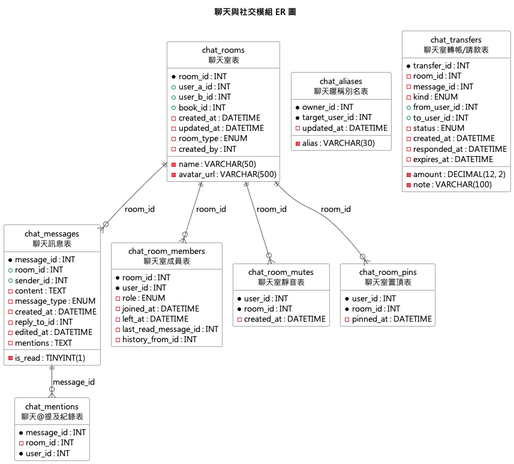
SaveMyBook/SaveMyBook keeps this PlantUML diagram as Diagrams/Relational Tables/v3/er_chat.png. Above is the earlier version. Source of this version:
```plantuml
@startuml
!pragma layout smetana
skinparam defaultFontName "Microsoft JhengHei"
skinparam defaultFontSize 13
skinparam linetype ortho
hide circle
hide empty methods
skinparam ranksep 60
skinparam nodesep 40
skinparam class {
  BackgroundColor White
  BorderColor #444444
  ArrowColor #555555
}

title 聊天與社交模組 ER 圖

entity "chat_rooms\n聊天室表" as chat_rooms {
  * room_id : INT
  + user_a_id : INT
  + user_b_id : INT
  + book_id : INT
  - created_at : DATETIME
  - updated_at : DATETIME
  - room_type : ENUM
  - name : VARCHAR(50)
  - avatar_url : VARCHAR(500)
  - created_by : INT
}

entity "chat_messages\n聊天訊息表" as chat_messages {
  * message_id : INT
  + room_id : INT
  + sender_id : INT
  - content : TEXT
  - message_type : ENUM
  - is_read : TINYINT(1)
  - created_at : DATETIME
  - reply_to_id : INT
  - edited_at : DATETIME
  - mentions : TEXT
}

entity "chat_room_members\n聊天室成員表" as chat_room_members {
  * room_id : INT
  * user_id : INT
  - role : ENUM
  - joined_at : DATETIME
  - left_at : DATETIME
  - last_read_message_id : INT
  - history_from_id : INT
}

entity "chat_room_mutes\n聊天室靜音表" as chat_room_mutes {
  * user_id : INT
  * room_id : INT
  - created_at : DATETIME
}

entity "chat_room_pins\n聊天室置頂表" as chat_room_pins {
  * user_id : INT
  * room_id : INT
  - pinned_at : DATETIME
}

entity "chat_aliases\n聊天暱稱別名表" as chat_aliases {
  * owner_id : INT
  * target_user_id : INT
  - alias : VARCHAR(30)
  - updated_at : DATETIME
}

entity "chat_mentions\n聊天@提及紀錄表" as chat_mentions {
  * message_id : INT
  - room_id : INT
  * user_id : INT
}

entity "chat_transfers\n聊天室轉帳/請款表" as chat_transfers {
  * transfer_id : INT
  - room_id : INT
  - message_id : INT
  - kind : ENUM
  + from_user_id : INT
  + to_user_id : INT
  - amount : DECIMAL(12, 2)
  - note : VARCHAR(100)
  - status : ENUM
  - created_at : DATETIME
  - responded_at : DATETIME
  - expires_at : DATETIME
}

chat_rooms ||--o{ chat_messages : "room_id"
chat_rooms ||--o{ chat_room_members : "room_id"
chat_rooms ||--o{ chat_room_mutes : "room_id"
chat_rooms ||--o{ chat_room_pins : "room_id"
chat_messages ||--o{ chat_mentions : "message_id"
@enduml
```
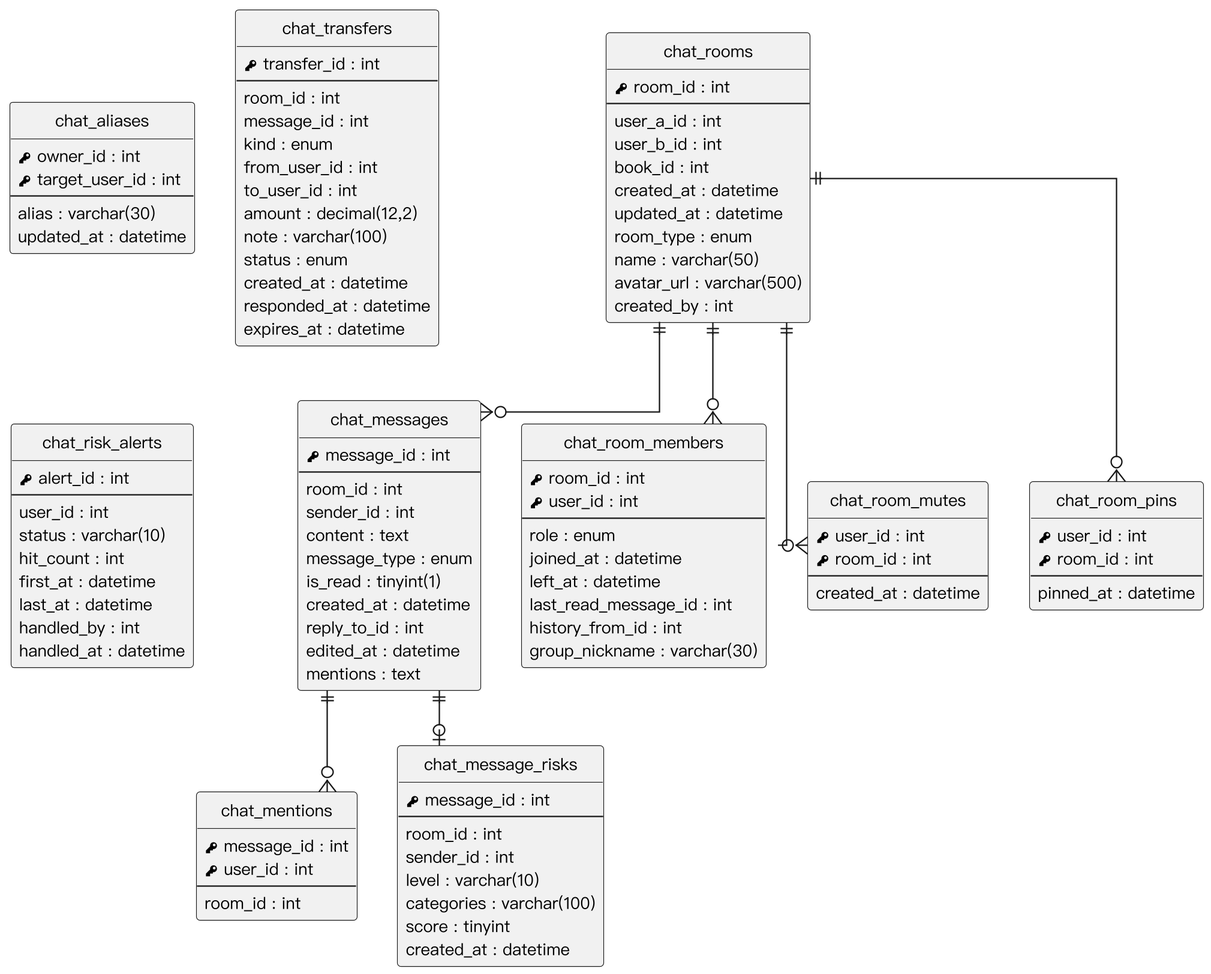
Later version of the same file.

What changed in the source:
```diff
@@ -1,99 +1,117 @@
 @startuml
-!pragma layout smetana
-skinparam defaultFontName "Microsoft JhengHei"
-skinparam defaultFontSize 13
+skinparam monochrome true
+skinparam shadowing false
+skinparam dpi 220
+skinparam defaultFontName "PingFang TC"
+skinparam defaultFontSize 12
 skinparam linetype ortho
+skinparam nodesep 30
+skinparam ranksep 40
 hide circle
 hide empty methods
-skinparam ranksep 60
-skinparam nodesep 40
-skinparam class {
-  BackgroundColor White
-  BorderColor #444444
-  ArrowColor #555555
+
+entity "chat_rooms" as chat_rooms {
+  {field} <&key> room_id : int
+  --
+  {field} user_a_id : int
+  {field} user_b_id : int
+  {field} book_id : int
+  {field} created_at : datetime
+  {field} updated_at : datetime
+  {field} room_type : enum
+  {field} name : varchar(50)
+  {field} avatar_url : varchar(500)
+  {field} created_by : int
 }
-
-title 聊天與社交模組 ER 圖
-
-entity "chat_rooms\n聊天室表" as chat_rooms {
-  * room_id : INT
-  + user_a_id : INT
-  + user_b_id : INT
-  + book_id : INT
-  - created_at : DATETIME
-  - updated_at : DATETIME
-  - room_type : ENUM
-  - name : VARCHAR(50)
-  - avatar_url : VARCHAR(500)
-  - created_by : INT
+entity "chat_messages" as chat_messages {
+  {field} <&key> message_id : int
+  --
+  {field} room_id : int
+  {field} sender_id : int
+  {field} content : text
+  {field} message_type : enum
+  {field} is_read : tinyint(1)
+  {field} created_at : datetime
+  {field} reply_to_id : int
+  {field} edited_at : datetime
+  {field} mentions : text
 }
-
-entity "chat_messages\n聊天訊息表" as chat_messages {
-  * message_id : INT
-  + room_id : INT
-  + sender_id : INT
-  - content : TEXT
-  - message_type : ENUM
-  - is_read : TINYINT(1)
-  - created_at : DATETIME
-  - reply_to_id : INT
-  - edited_at : DATETIME
-  - mentions : TEXT
+entity "chat_room_members" as chat_room_members {
+  {field} <&key> room_id : int
+  {field} <&key> user_id : int
+  --
+  {field} role : enum
+  {field} joined_at : datetime
+  {field} left_at : datetime
+  {field} last_read_message_id : int
+  {field} history_from_id : int
+  {field} group_nickname : varchar(30)
 }
-
-entity "chat_room_members\n聊天室成員表" as chat_room_members {
-  * room_id : INT
-  * user_id : INT
-  - role : ENUM
-  - joined_at : DATETIME
-  - left_at : DATETIME
-  - last_read_message_id : INT
-  - history_from_id : INT
+entity "chat_room_mutes" as chat_room_mutes {
+  {field} <&key> user_id : int
+  {field} <&key> room_id : int
+  --
+  {field} created_at : datetime
 }
-
-entity "chat_room_mutes\n聊天室靜音表" as chat_room_mutes {
-  * user_id : INT
-  * room_id : INT
-  - created_at : DATETIME
+entity "chat_room_pins" as chat_room_pins {
+  {field} <&key> user_id : int
+  {field} <&key> room_id : int
+  --
+  {field} pinned_at : datetime
 }
-
-entity "chat_room_pins\n聊天室置頂表" as chat_room_pins {
-  * user_id : INT
-  * room_id : INT
-  - pinned_at : DATETIME
+entity "chat_aliases" as chat_aliases {
+  {field} <&key> owner_id : int
+  {field} <&key> target_user_id : int
+  --
+  {field} alias : varchar(30)
+  {field} updated_at : datetime
 }
-
-entity "chat_aliases\n聊天暱稱別名表" as chat_aliases {
-  * owner_id : INT
-  * target_user_id : INT
-  - alias : VARCHAR(30)
-  - updated_at : DATETIME
+entity "chat_mentions" as chat_mentions {
+  {field} <&key> message_id : int
+  {field} <&key> user_id : int
+  --
+  {field} room_id : int
 }
-
-entity "chat_mentions\n聊天@提及紀錄表" as chat_mentions {
-  * message_id : INT
-  - room_id : INT
-  * user_id : INT
+entity "chat_transfers" as chat_transfers {
+  {field} <&key> transfer_id : int
+  --
+  {field} room_id : int
+  {field} message_id : int
+  {field} kind : enum
+  {field} from_user_id : int
+  {field} to_user_id : int
+  {field} amount : decimal(12,2)
+  {field} note : varchar(100)
+  {field} status : enum
+  {field} created_at : datetime
+  {field} responded_at : datetime
+  {field} expires_at : datetime
 }
-
-entity "chat_transfers\n聊天室轉帳/請款表" as chat_transfers {
-  * transfer_id : INT
-  - room_id : INT
-  - message_id : INT
-  - kind : ENUM
-  + from_user_id : INT
-  + to_user_id : INT
-  - amount : DECIMAL(12, 2)
-  - note : VARCHAR(100)
-  - status : ENUM
-  - created_at : DATETIME
-  - responded_at : DATETIME
-  - expires_at : DATETIME
+entity "chat_message_risks" as chat_message_risks {
+  {field} <&key> message_id : int
+  --
+  {field} room_id : int
+  {field} sender_id : int
+  {field} level : varchar(10)
+  {field} categories : varchar(100)
+  {field} score : tinyint
+  {field} created_at : datetime
 }
-
-chat_rooms ||--o{ chat_messages : "room_id"
-chat_rooms ||--o{ chat_room_members : "room_id"
-chat_rooms ||--o{ chat_room_mutes : "room_id"
-chat_rooms ||--o{ chat_room_pins : "room_id"
-chat_messages ||--o{ chat_mentions : "message_id"
+entity "chat_risk_alerts" as chat_risk_alerts {
+  {field} <&key> alert_id : int
+  --
+  {field} user_id : int
+  {field} status : varchar(10)
+  {field} hit_count : int
+  {field} first_at : datetime
+  {field} last_at : datetime
+  {field} handled_by : int
+  {field} handled_at : datetime
+}
+chat_rooms ||--o{ chat_messages
+chat_rooms ||--o{ chat_room_members
+chat_rooms ||--o{ chat_room_mutes
+chat_rooms ||--o{ chat_room_pins
+chat_messages ||--o{ chat_mentions
+chat_messages ||--o| chat_message_risks
 @enduml
```
